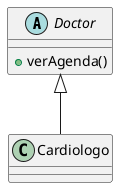
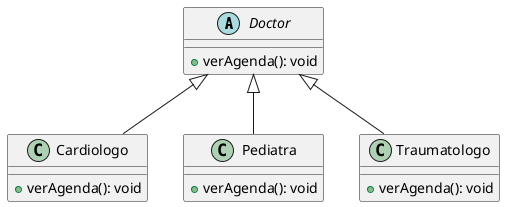
@startuml

abstract class Doctor {
-   + verAgenda()
+   + verAgenda(): void
}
- class Cardiologo extends Doctor

- @enduml+ class Cardiologo extends Doctor {
+   + verAgenda(): void
+ }
+ 
+ class Pediatra extends Doctor {
+   + verAgenda(): void
+ }
+ 
+ class Traumatologo extends Doctor {
+   + verAgenda(): void
+ }
+ 
+ @enduml
